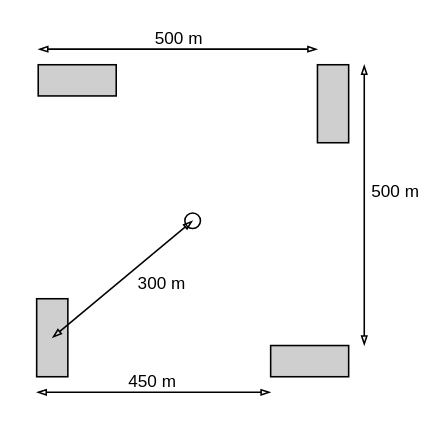
The draw.io diagram drawio/schematic.drawio in johngodlee/zambia_phenology, before the edit. Source tidied: cells renumbered, new cells numbered last; positions are measured from the earlier drawing's top-left corner, leaving out a move shared by most shapes. Both pictures are drawn from the tidied source at 156%, with x=0, y=0 at pixel (36, 48).
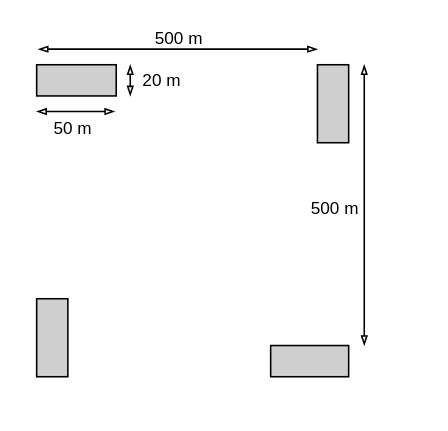
The same diagram, later.

Diff of the diagram source:
```diff
@@
 <mxGraphModel>
   <root>
     <mxCell id="0" />
     <mxCell id="1" parent="0" />
     <mxCell id="2" style="rounded=0;whiteSpace=wrap;html=1;fillColor=#CFCFCF;" parent="1" vertex="1">
-      <mxGeometry x="1" y="10" width="50" height="20" as="geometry" />
+      <mxGeometry y="10" width="51" height="20" as="geometry" />
     </mxCell>
     <mxCell id="3" style="rounded=0;whiteSpace=wrap;html=1;fillColor=#CFCFCF;verticalAlign=top;" parent="1" vertex="1">
       <mxGeometry y="160" width="20" height="50" as="geometry" />
     </mxCell>
     <mxCell id="4" style="rounded=0;whiteSpace=wrap;html=1;fillColor=#CFCFCF;" parent="1" vertex="1">
       <mxGeometry x="180" y="10" width="20" height="50" as="geometry" />
     </mxCell>
     <mxCell id="5" style="rounded=0;whiteSpace=wrap;html=1;fillColor=#CFCFCF;" parent="1" vertex="1">
       <mxGeometry x="150" y="190" width="50" height="20" as="geometry" />
     </mxCell>
-    <mxCell id="6" style="endArrow=blockThin;startArrow=blockThin;html=1;endSize=4;startSize=4;startFill=0;endFill=0;" parent="1" edge="1">
-      <mxGeometry relative="1" as="geometry">
-        <mxPoint x="1" as="sourcePoint" />
-        <mxPoint x="180" as="targetPoint" />
-      </mxGeometry>
-    </mxCell>
-    <mxCell id="7" value="500 m" style="edgeLabel;html=1;align=center;verticalAlign=bottom;labelBackgroundColor=none;" parent="6" vertex="1">
-      <mxGeometry x="0.09" y="-3" relative="1" as="geometry">
-        <mxPoint x="-8.8" y="-2" as="offset" />
-      </mxGeometry>
-    </mxCell>
-    <mxCell id="8" style="endArrow=blockThin;startArrow=blockThin;html=1;endSize=4;startSize=4;startFill=0;endFill=0;" parent="1" edge="1">
-      <mxGeometry relative="1" as="geometry">
-        <mxPoint x="210" y="190" as="sourcePoint" />
-        <mxPoint x="210" y="10" as="targetPoint" />
-      </mxGeometry>
-    </mxCell>
-    <mxCell id="9" value="500 m" style="edgeLabel;html=1;align=left;verticalAlign=middle;labelBackgroundColor=none;labelPosition=right;verticalLabelPosition=middle;" parent="8" vertex="1">
-      <mxGeometry x="0.09" y="-3" relative="1" as="geometry">
-        <mxPoint y="-1.2" as="offset" />
-      </mxGeometry>
-    </mxCell>
-    <mxCell id="10" style="endArrow=blockThin;startArrow=blockThin;html=1;endSize=4;startSize=4;startFill=0;endFill=0;" parent="1" edge="1">
-      <mxGeometry relative="1" as="geometry">
-        <mxPoint y="220" as="sourcePoint" />
-        <mxPoint x="150" y="220" as="targetPoint" />
-      </mxGeometry>
-    </mxCell>
-    <mxCell id="11" value="450 m" style="edgeLabel;html=1;align=center;verticalAlign=bottom;labelBackgroundColor=none;" parent="10" vertex="1">
-      <mxGeometry x="0.09" y="-3" relative="1" as="geometry">
-        <mxPoint x="-8.8" y="-2" as="offset" />
-      </mxGeometry>
-    </mxCell>
-    <mxCell id="12" style="ellipse;whiteSpace=wrap;html=1;labelBackgroundColor=none;fillColor=none;" parent="1" vertex="1">
-      <mxGeometry x="95" y="105" width="10" height="10" as="geometry" />
-    </mxCell>
-    <mxCell id="13" value="300 m" style="endArrow=blockThin;html=1;entryX=0.5;entryY=0.5;entryDx=0;entryDy=0;entryPerimeter=0;startArrow=blockThin;startFill=0;endFill=0;startSize=4;endSize=4;labelPosition=center;verticalLabelPosition=middle;align=center;verticalAlign=middle;" parent="1" edge="1" target="12">
-      <mxGeometry x="0.3" y="-18" relative="1" as="geometry">
-        <mxPoint x="10" y="185" as="sourcePoint" />
-      </mxGeometry>
-    </mxCell>
+    <mxCell id="14" value="20 m" style="endArrow=blockThin;html=1;entryX=0.5;entryY=0.5;entryDx=0;entryDy=0;entryPerimeter=0;startArrow=blockThin;startFill=0;endFill=0;startSize=4;endSize=4;labelPosition=center;verticalLabelPosition=middle;align=center;verticalAlign=middle;" parent="1" edge="1">
+      <mxGeometry y="-20" relative="1" as="geometry">
+        <mxPoint x="60" y="30" as="sourcePoint" />
+        <mxPoint x="60" y="10" as="targetPoint" />
+      </mxGeometry>
+    </mxCell>
+    <mxCell id="15" value="50 m" style="endArrow=blockThin;html=1;startArrow=blockThin;startFill=0;endFill=0;startSize=4;endSize=4;labelPosition=center;verticalLabelPosition=middle;align=center;verticalAlign=middle;" parent="1" edge="1">
+      <mxGeometry x="-0.08" y="-11" relative="1" as="geometry">
+        <mxPoint y="40" as="sourcePoint" />
+        <mxPoint x="50" y="40" as="targetPoint" />
+      </mxGeometry>
+    </mxCell>
+    <mxCell id="16" style="endArrow=blockThin;startArrow=blockThin;html=1;endSize=4;startSize=4;startFill=0;endFill=0;" parent="1" edge="1">
+      <mxGeometry relative="1" as="geometry">
+        <mxPoint x="1" as="sourcePoint" />
+        <mxPoint x="180" as="targetPoint" />
+      </mxGeometry>
+    </mxCell>
+    <mxCell id="17" value="500 m" style="edgeLabel;html=1;align=center;verticalAlign=bottom;labelBackgroundColor=none;" parent="16" vertex="1">
+      <mxGeometry x="0.09" y="-3" relative="1" as="geometry">
+        <mxPoint x="-8.8" y="-2" as="offset" />
+      </mxGeometry>
+    </mxCell>
+    <mxCell id="18" style="endArrow=blockThin;startArrow=blockThin;html=1;endSize=4;startSize=4;startFill=0;endFill=0;" parent="1" edge="1">
+      <mxGeometry relative="1" as="geometry">
+        <mxPoint x="210" y="10" as="sourcePoint" />
+        <mxPoint x="210" y="190" as="targetPoint" />
+      </mxGeometry>
+    </mxCell>
+    <mxCell id="19" value="500 m" style="edgeLabel;html=1;align=center;verticalAlign=bottom;labelBackgroundColor=none;" parent="18" vertex="1">
+      <mxGeometry x="0.09" y="-3" relative="1" as="geometry">
+        <mxPoint x="-17" y="1.7" as="offset" />
+      </mxGeometry>
+    </mxCell>
   </root>
 </mxGraphModel>
```
